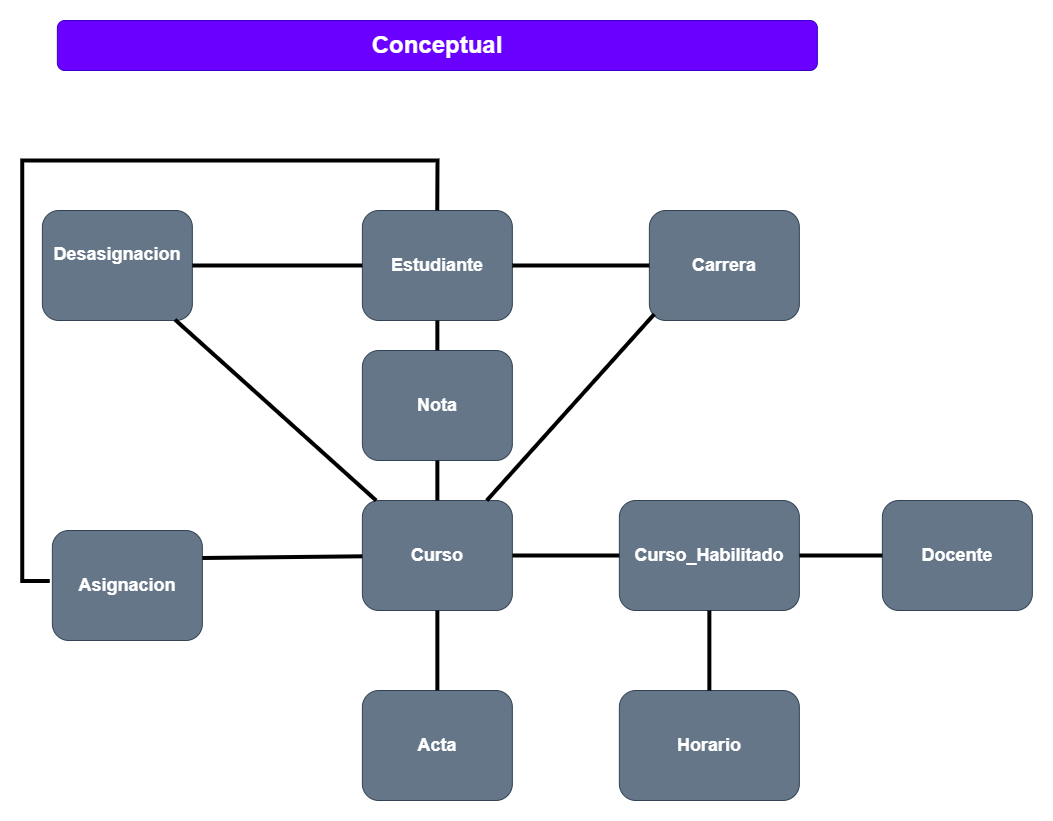
gkevinrz/fiusac-mysql keeps this draw.io diagram as docs/Modelo-conceptual.png. Above is the earlier version. Source tidied: cells renumbered, new cells last; positions are measured from the earlier drawing's top-left corner, leaving out a move shared by most shapes.
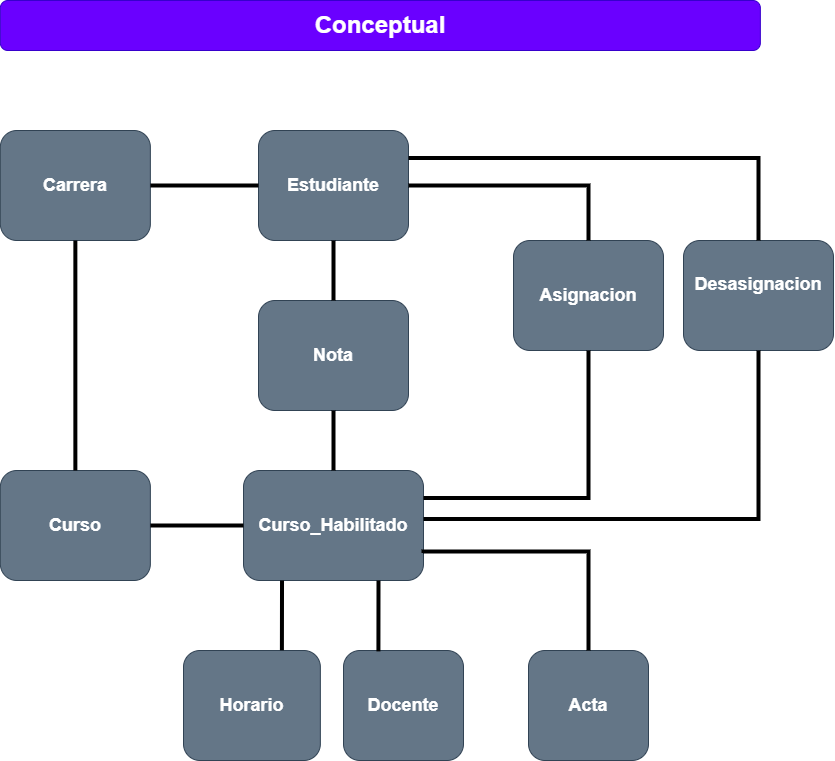
After the change.

Diff of the diagram source:
```diff
@@ -3,79 +3,83 @@
     <mxCell id="0" />
     <mxCell id="1" parent="0" />
     <mxCell id="2" value="&lt;b&gt;&lt;font style=&quot;font-size: 18px;&quot;&gt;Estudiante&lt;/font&gt;&lt;/b&gt;" style="rounded=1;whiteSpace=wrap;html=1;fillColor=#647687;strokeColor=#314354;fontColor=#ffffff;" parent="1" vertex="1">
-      <mxGeometry x="339.9" y="190" width="150" height="110" as="geometry" />
+      <mxGeometry x="293" y="130" width="150" height="110" as="geometry" />
     </mxCell>
     <mxCell id="3" value="&lt;b&gt;&lt;font style=&quot;font-size: 18px;&quot;&gt;Carrera&lt;/font&gt;&lt;/b&gt;" style="rounded=1;whiteSpace=wrap;html=1;fillColor=#647687;strokeColor=#314354;fontColor=#ffffff;" parent="1" vertex="1">
-      <mxGeometry x="626.9" y="190" width="150" height="110" as="geometry" />
+      <mxGeometry x="34.9" y="130" width="150" height="110" as="geometry" />
     </mxCell>
     <mxCell id="4" value="&lt;b&gt;&lt;font style=&quot;font-size: 18px;&quot;&gt;Curso_Habilitado&lt;/font&gt;&lt;/b&gt;" style="rounded=1;whiteSpace=wrap;html=1;fillColor=#647687;strokeColor=#314354;fontColor=#ffffff;" parent="1" vertex="1">
-      <mxGeometry x="596.9" y="480" width="180" height="110" as="geometry" />
+      <mxGeometry x="278" y="470" width="180" height="110" as="geometry" />
     </mxCell>
-    <mxCell id="5" value="&lt;span style=&quot;font-size: 18px;&quot;&gt;&lt;b&gt;Nota&lt;/b&gt;&lt;/span&gt;" style="rounded=1;whiteSpace=wrap;html=1;fillColor=#647687;strokeColor=#314354;fontColor=#ffffff;" parent="1" vertex="1">
-      <mxGeometry x="339.9" y="330" width="150" height="110" as="geometry" />
-    </mxCell>
-    <mxCell id="6" style="endArrow=none;html=1;rounded=0;entryX=0;entryY=0.5;entryDx=0;entryDy=0;exitX=1;exitY=0.5;exitDx=0;exitDy=0;strokeWidth=4;" parent="1" edge="1" source="2" target="3">
+    <mxCell id="6" style="endArrow=none;html=1;rounded=0;entryX=0;entryY=0.5;entryDx=0;entryDy=0;exitX=1;exitY=0.5;exitDx=0;exitDy=0;strokeWidth=4;" parent="1" edge="1" source="3" target="2">
       <mxGeometry relative="1" as="geometry" />
     </mxCell>
-    <mxCell id="7" style="endArrow=none;html=1;rounded=0;strokeWidth=4;entryX=-0.018;entryY=0.458;entryDx=0;entryDy=0;edgeStyle=orthogonalEdgeStyle;exitX=0.5;exitY=0;exitDx=0;exitDy=0;entryPerimeter=0;" parent="1" edge="1" source="2" target="10">
-      <mxGeometry relative="1" as="geometry">
-        <Array as="points">
-          <mxPoint x="414.9" y="140" />
-          <mxPoint x="-0.1" y="140" />
-          <mxPoint x="-0.1" y="560" />
-        </Array>
-      </mxGeometry>
-    </mxCell>
     <mxCell id="8" value="&lt;b&gt;&lt;font style=&quot;font-size: 18px;&quot;&gt;Horario&lt;/font&gt;&lt;/b&gt;" style="rounded=1;whiteSpace=wrap;html=1;fillColor=#647687;strokeColor=#314354;fontColor=#ffffff;" parent="1" vertex="1">
-      <mxGeometry x="596.9" y="670" width="180" height="110" as="geometry" />
+      <mxGeometry x="218" y="650" width="136.9" height="110" as="geometry" />
     </mxCell>
-    <mxCell id="9" style="endArrow=none;html=1;rounded=0;entryX=0.5;entryY=0;entryDx=0;entryDy=0;exitX=0.5;exitY=1;exitDx=0;exitDy=0;strokeWidth=4;" parent="1" edge="1" source="4" target="8">
+    <mxCell id="9" style="endArrow=none;html=1;rounded=0;exitX=0.214;exitY=1;exitDx=0;exitDy=0;strokeWidth=4;exitPerimeter=0;entryX=0.719;entryY=-0.002;entryDx=0;entryDy=0;entryPerimeter=0;" parent="1" edge="1" source="4" target="8">
       <mxGeometry relative="1" as="geometry" />
     </mxCell>
-    <mxCell id="10" value="&lt;b&gt;&lt;font style=&quot;font-size: 18px;&quot;&gt;Asignacion&lt;/font&gt;&lt;/b&gt;" style="rounded=1;whiteSpace=wrap;html=1;fillColor=#647687;strokeColor=#314354;fontColor=#ffffff;" parent="1" vertex="1">
-      <mxGeometry x="29.9" y="510" width="150" height="110" as="geometry" />
-    </mxCell>
     <mxCell id="11" value="&lt;b&gt;&lt;font style=&quot;font-size: 18px;&quot;&gt;Curso&lt;/font&gt;&lt;/b&gt;" style="rounded=1;whiteSpace=wrap;html=1;fillColor=#647687;strokeColor=#314354;fontColor=#ffffff;" parent="1" vertex="1">
-      <mxGeometry x="339.9" y="480" width="150" height="110" as="geometry" />
+      <mxGeometry x="34.9" y="470" width="150" height="110" as="geometry" />
     </mxCell>
-    <mxCell id="12" style="endArrow=none;html=1;rounded=0;exitX=1;exitY=0.25;exitDx=0;exitDy=0;strokeWidth=4;" parent="1" edge="1" source="10" target="11">
-      <mxGeometry relative="1" as="geometry" />
-    </mxCell>
-    <mxCell id="13" value="&lt;b&gt;&lt;font style=&quot;font-size: 18px;&quot;&gt;Desasignacion&lt;br&gt;&lt;br&gt;&lt;/font&gt;&lt;/b&gt;" style="rounded=1;whiteSpace=wrap;html=1;fillColor=#647687;strokeColor=#314354;fontColor=#ffffff;" parent="1" vertex="1">
-      <mxGeometry x="19.9" y="190" width="150" height="110" as="geometry" />
-    </mxCell>
-    <mxCell id="14" value="&lt;b&gt;&lt;font style=&quot;font-size: 18px;&quot;&gt;Acta&lt;br&gt;&lt;/font&gt;&lt;/b&gt;" style="rounded=1;whiteSpace=wrap;html=1;fillColor=#647687;strokeColor=#314354;fontColor=#ffffff;" parent="1" vertex="1">
-      <mxGeometry x="339.9" y="670" width="150" height="110" as="geometry" />
-    </mxCell>
-    <mxCell id="15" style="endArrow=none;html=1;rounded=0;entryX=0.5;entryY=1;entryDx=0;entryDy=0;strokeWidth=4;exitX=0.5;exitY=0;exitDx=0;exitDy=0;" parent="1" edge="1" source="14" target="11">
-      <mxGeometry relative="1" as="geometry" />
-    </mxCell>
     <mxCell id="16" value="&lt;b&gt;&lt;font style=&quot;font-size: 24px;&quot;&gt;Conceptual&lt;/font&gt;&lt;/b&gt;" style="text;html=1;strokeColor=#3700CC;fillColor=#6a00ff;align=center;verticalAlign=middle;whiteSpace=wrap;rounded=1;fontColor=#ffffff;" parent="1" vertex="1">
       <mxGeometry x="34.9" width="760" height="50" as="geometry" />
     </mxCell>
-    <mxCell id="17" style="endArrow=none;html=1;rounded=0;strokeWidth=4;entryX=0;entryY=0.5;entryDx=0;entryDy=0;exitX=1;exitY=0.5;exitDx=0;exitDy=0;" parent="1" edge="1" source="13" target="2">
-      <mxGeometry relative="1" as="geometry" />
-    </mxCell>
     <mxCell id="18" value="&lt;b&gt;&lt;font style=&quot;font-size: 18px;&quot;&gt;Docente&lt;/font&gt;&lt;/b&gt;" style="rounded=1;whiteSpace=wrap;html=1;fillColor=#647687;strokeColor=#314354;fontColor=#ffffff;" parent="1" vertex="1">
-      <mxGeometry x="859.9" y="480" width="150" height="110" as="geometry" />
+      <mxGeometry x="378" y="650" width="120" height="110" as="geometry" />
     </mxCell>
-    <mxCell id="19" style="endArrow=none;html=1;rounded=0;entryX=1;entryY=0.5;entryDx=0;entryDy=0;strokeWidth=4;exitX=0;exitY=0.5;exitDx=0;exitDy=0;" parent="1" edge="1" source="18" target="4">
+    <mxCell id="19" style="endArrow=none;html=1;rounded=0;entryX=0.75;entryY=1;entryDx=0;entryDy=0;strokeWidth=4;exitX=0.291;exitY=0.008;exitDx=0;exitDy=0;exitPerimeter=0;" parent="1" edge="1" source="18" target="4">
       <mxGeometry relative="1" as="geometry" />
     </mxCell>
     <mxCell id="20" style="endArrow=none;html=1;rounded=0;entryX=1;entryY=0.5;entryDx=0;entryDy=0;strokeWidth=4;exitX=0;exitY=0.5;exitDx=0;exitDy=0;" parent="1" edge="1" source="4" target="11">
       <mxGeometry relative="1" as="geometry" />
     </mxCell>
-    <mxCell id="21" style="endArrow=none;html=1;rounded=0;strokeWidth=4;entryX=0.5;entryY=0;entryDx=0;entryDy=0;" parent="1" edge="1" source="5" target="11">
-      <mxGeometry relative="1" as="geometry" />
-    </mxCell>
+    <mxCell id="23" style="endArrow=none;html=1;rounded=0;strokeWidth=4;exitX=0.5;exitY=1;exitDx=0;exitDy=0;" parent="1" edge="1" source="3" target="11">
+      <mxGeometry relative="1" as="geometry" />
+    </mxCell>
+    <mxCell id="5" value="&lt;span style=&quot;font-size: 18px;&quot;&gt;&lt;b&gt;Nota&lt;/b&gt;&lt;/span&gt;" style="rounded=1;whiteSpace=wrap;html=1;fillColor=#647687;strokeColor=#314354;fontColor=#ffffff;" parent="1" vertex="1">
+      <mxGeometry x="293" y="300" width="150" height="110" as="geometry" />
+    </mxCell>
+    <mxCell id="13" value="&lt;b&gt;&lt;font style=&quot;font-size: 18px;&quot;&gt;Desasignacion&lt;br&gt;&lt;br&gt;&lt;/font&gt;&lt;/b&gt;" style="rounded=1;whiteSpace=wrap;html=1;fillColor=#647687;strokeColor=#314354;fontColor=#ffffff;" parent="1" vertex="1">
+      <mxGeometry x="718" y="240" width="150" height="110" as="geometry" />
+    </mxCell>
+    <mxCell id="14" value="&lt;b&gt;&lt;font style=&quot;font-size: 18px;&quot;&gt;Acta&lt;br&gt;&lt;/font&gt;&lt;/b&gt;" style="rounded=1;whiteSpace=wrap;html=1;fillColor=#647687;strokeColor=#314354;fontColor=#ffffff;" parent="1" vertex="1">
+      <mxGeometry x="563" y="650" width="120" height="110" as="geometry" />
+    </mxCell>
+    <mxCell id="10" value="&lt;b&gt;&lt;font style=&quot;font-size: 18px;&quot;&gt;Asignacion&lt;/font&gt;&lt;/b&gt;" style="rounded=1;whiteSpace=wrap;html=1;fillColor=#647687;strokeColor=#314354;fontColor=#ffffff;" parent="1" vertex="1">
+      <mxGeometry x="548" y="240" width="150" height="110" as="geometry" />
+    </mxCell>
+    <mxCell id="25" style="endArrow=none;html=1;rounded=0;entryX=0.5;entryY=0;entryDx=0;entryDy=0;strokeWidth=4;exitX=0.5;exitY=1;exitDx=0;exitDy=0;" parent="1" edge="1" source="5" target="4">
+      <mxGeometry relative="1" as="geometry" />
+    </mxCell>
-    <mxCell id="22" style="endArrow=none;html=1;rounded=0;strokeWidth=4;exitX=0.5;exitY=0;exitDx=0;exitDy=0;entryX=0.5;entryY=1;entryDx=0;entryDy=0;" parent="1" edge="1" source="5" target="2">
+    <mxCell id="22" style="endArrow=none;html=1;rounded=0;entryX=0.5;entryY=1;entryDx=0;entryDy=0;strokeWidth=4;exitX=0.5;exitY=0;exitDx=0;exitDy=0;" parent="1" edge="1" source="5" target="2">
       <mxGeometry relative="1" as="geometry" />
     </mxCell>
-    <mxCell id="23" style="endArrow=none;html=1;rounded=0;strokeWidth=4;exitX=0.033;exitY=0.942;exitDx=0;exitDy=0;exitPerimeter=0;" parent="1" edge="1" source="3" target="11">
-      <mxGeometry relative="1" as="geometry" />
-    </mxCell>
-    <mxCell id="24" style="endArrow=none;html=1;rounded=0;strokeWidth=4;entryX=0.884;entryY=0.992;entryDx=0;entryDy=0;entryPerimeter=0;" parent="1" edge="1" source="11" target="13">
-      <mxGeometry relative="1" as="geometry" />
-    </mxCell>
+    <mxCell id="7" style="endArrow=none;html=1;rounded=0;entryX=0.5;entryY=0;entryDx=0;entryDy=0;strokeWidth=4;exitX=1;exitY=0.5;exitDx=0;exitDy=0;edgeStyle=orthogonalEdgeStyle;" parent="1" edge="1" source="2" target="10">
+      <mxGeometry relative="1" as="geometry" />
+    </mxCell>
+    <mxCell id="17" style="endArrow=none;html=1;rounded=0;entryX=1;entryY=0.25;entryDx=0;entryDy=0;strokeWidth=4;exitX=0.5;exitY=0;exitDx=0;exitDy=0;edgeStyle=orthogonalEdgeStyle;" parent="1" edge="1" source="13" target="2">
+      <mxGeometry relative="1" as="geometry" />
+    </mxCell>
+    <mxCell id="26" style="endArrow=none;html=1;rounded=0;entryX=1;entryY=0.25;entryDx=0;entryDy=0;strokeWidth=4;exitX=0.5;exitY=1;exitDx=0;exitDy=0;edgeStyle=orthogonalEdgeStyle;" parent="1" edge="1" source="10" target="4">
+      <mxGeometry relative="1" as="geometry" />
+    </mxCell>
+    <mxCell id="27" style="endArrow=none;html=1;rounded=0;entryX=1;entryY=0.75;entryDx=0;entryDy=0;strokeWidth=4;edgeStyle=orthogonalEdgeStyle;exitX=0.5;exitY=1;exitDx=0;exitDy=0;" parent="1" edge="1" source="13">
+      <mxGeometry relative="1" as="geometry">
+        <mxPoint x="458" y="518.6" as="targetPoint" />
+        <Array as="points">
+          <mxPoint x="793" y="519" />
+        </Array>
+      </mxGeometry>
+    </mxCell>
+    <mxCell id="28" style="endArrow=none;html=1;rounded=0;entryX=1;entryY=0.75;entryDx=0;entryDy=0;strokeWidth=4;edgeStyle=orthogonalEdgeStyle;exitX=0.5;exitY=0;exitDx=0;exitDy=0;" parent="1" edge="1" source="14" target="4">
+      <mxGeometry relative="1" as="geometry">
+        <Array as="points">
+          <mxPoint x="623" y="551" />
+          <mxPoint x="458" y="551" />
+        </Array>
+      </mxGeometry>
+    </mxCell>
   </root>
 </mxGraphModel>
```
